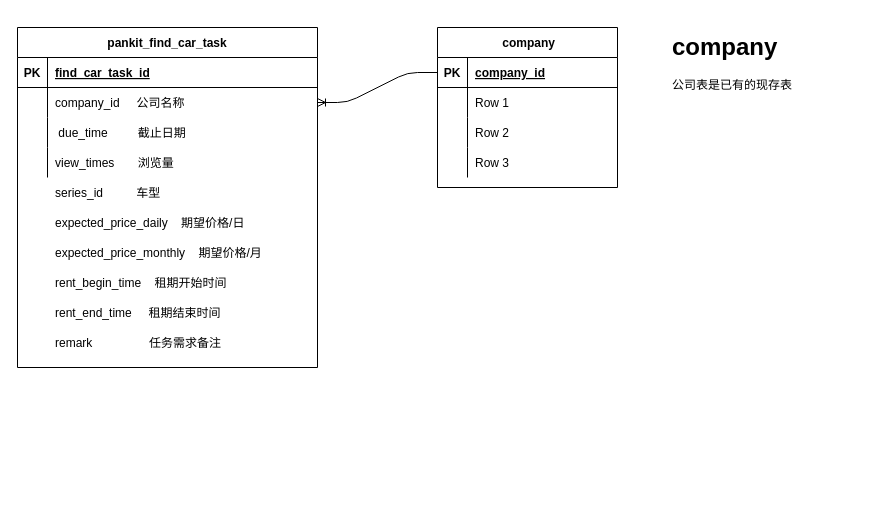
The draw.io diagram 智享调车表设计.drawio in yangrenqing/yangrenqing, before the edit. Source tidied: cells renumbered, new cells numbered last; positions are measured from the earlier drawing's top-left corner, leaving out a move shared by most shapes. Both pictures are drawn from the tidied source at 100%, with x=0, y=0 at pixel (17, 27).
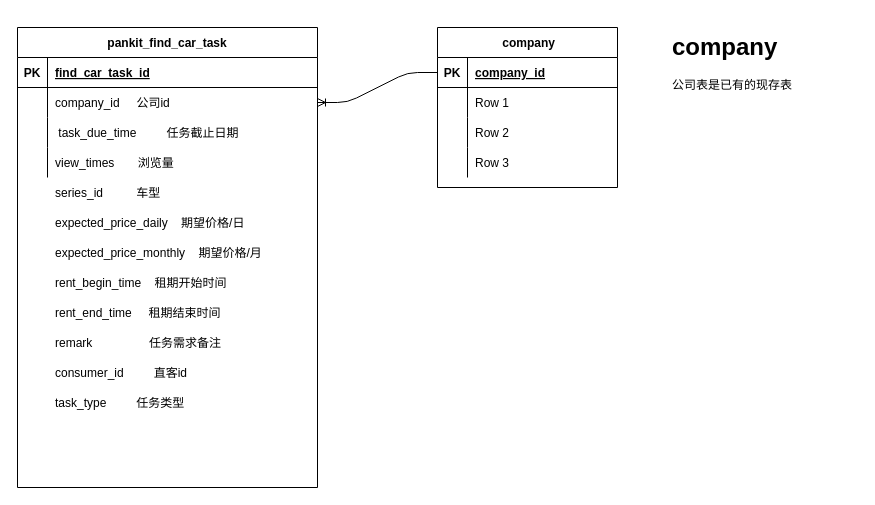
The same diagram, later.

Commit message:
Update 智享调车表设计.drawio

Unchanged cells that the change refers to:
```xml
<mxCell id="6" style="shape=partialRectangle;fillColor=none;top=0;left=0;bottom=0;right=0;points=[[0,0.5],[1,0.5]];portConstraint=eastwest;" parent="2" vertex="1">
  <mxGeometry y="60" width="300" height="30" as="geometry" />
</mxCell>
<mxCell id="9" style="shape=partialRectangle;fillColor=none;top=0;left=0;bottom=0;right=0;" parent="2" vertex="1">
  <mxGeometry y="90" width="300" height="30" as="geometry" />
</mxCell>
```

The edit, as a diff of the source:
```diff
@@
     <mxCell id="2" value="pankit_find_car_task" style="shape=table;startSize=30;childLayout=tableLayout;rowLines=0;fontStyle=1;align=center;" parent="1" vertex="1">
-      <mxGeometry width="300" height="340" as="geometry" />
+      <mxGeometry width="300" height="460" as="geometry" />
     </mxCell>
@@
-    <mxCell id="8" value="company_id     公司名称" style="shape=partialRectangle;fillColor=none;top=0;left=0;bottom=0;right=0;align=left;spacingLeft=6;overflow=hidden;" parent="6" vertex="1">
+    <mxCell id="8" value="company_id     公司id" style="shape=partialRectangle;fillColor=none;top=0;left=0;bottom=0;right=0;align=left;spacingLeft=6;overflow=hidden;" parent="6" vertex="1">
       <mxGeometry x="30" width="270" height="30" as="geometry" />
     </mxCell>
@@
-    <mxCell id="11" value=" due_time         截止日期" style="shape=partialRectangle;fillColor=none;top=0;left=0;bottom=0;right=0;align=left;spacingLeft=6;overflow=hidden;" parent="9" vertex="1">
+    <mxCell id="11" value=" task_due_time         任务截止日期" style="shape=partialRectangle;fillColor=none;top=0;left=0;bottom=0;right=0;align=left;spacingLeft=6;overflow=hidden;" parent="9" vertex="1">
       <mxGeometry x="30" width="270" height="30" as="geometry" />
     </mxCell>
@@
+    <mxCell id="36" value="consumer_id         直客id  " style="shape=partialRectangle;fillColor=none;top=0;left=0;bottom=0;right=0;align=left;spacingLeft=6;overflow=hidden;" parent="1" vertex="1">
+      <mxGeometry x="30" y="330" width="220" height="30" as="geometry" />
+    </mxCell>
+    <mxCell id="37" value="task_type         任务类型    " style="shape=partialRectangle;fillColor=none;top=0;left=0;bottom=0;right=0;align=left;spacingLeft=6;overflow=hidden;" parent="1" vertex="1">
+      <mxGeometry x="30" y="360" width="220" height="30" as="geometry" />
+    </mxCell>
```
